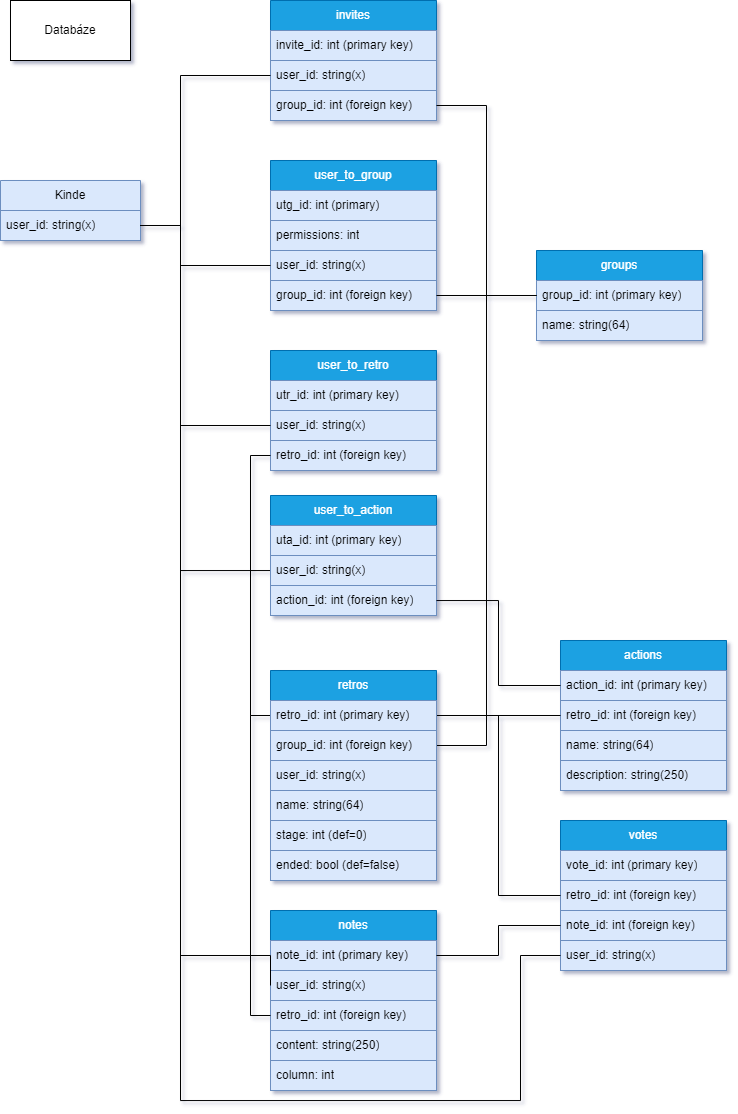
The draw.io diagram backend/app/database/schemes/Praeterium_DB_scheme.png in ProjNull/Praeteritum, before a commit. Source tidied: cells renumbered, new cells last; positions are measured from the earlier drawing's top-left corner, leaving out a move shared by most shapes.
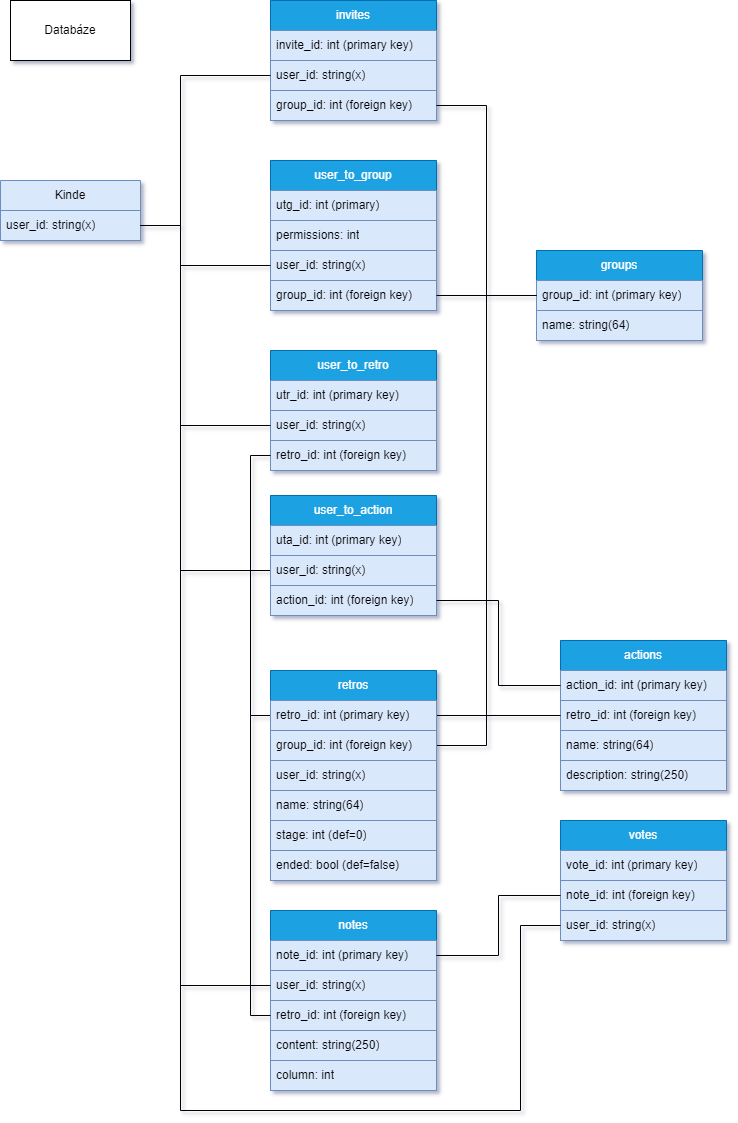
After the change.

What changed in the source:
```diff
@@ -91,7 +91,7 @@
     <mxCell id="29" style="edgeStyle=orthogonalEdgeStyle;rounded=0;jettySize=auto;html=1;entryX=1;entryY=0.75;entryDx=0;entryDy=0;startArrow=none;startFill=0;endArrow=none;endFill=0;exitX=0;exitY=0.5;exitDx=0;exitDy=0;" parent="1" edge="1" source="22" target="27">
       <mxGeometry relative="1" as="geometry">
         <Array as="points">
-          <mxPoint x="180" y="955" />
+          <mxPoint x="180" y="985" />
           <mxPoint x="180" y="225" />
         </Array>
       </mxGeometry>
@@ -120,19 +120,16 @@
       </mxGeometry>
     </mxCell>
     <mxCell id="36" value="votes" style="swimlane;fontStyle=0;horizontal=1;startSize=30;whiteSpace=wrap;html=1;fillColor=#1ba1e2;fontColor=#ffffff;strokeColor=#006EAF;" parent="1" vertex="1">
-      <mxGeometry x="560" y="820" width="166" height="150" as="geometry" />
+      <mxGeometry x="560" y="820" width="166" height="120" as="geometry" />
     </mxCell>
     <mxCell id="37" value="vote_id: int (primary key)" style="text;strokeColor=#6c8ebf;fillColor=#dae8fc;align=left;verticalAlign=middle;spacingLeft=4;spacingRight=4;overflow=hidden;whiteSpace=wrap;html=1;" parent="36" vertex="1">
       <mxGeometry y="30" width="166" height="30" as="geometry" />
     </mxCell>
-    <mxCell id="38" value="retro_id: int (foreign key)" style="text;strokeColor=#6c8ebf;fillColor=#dae8fc;align=left;verticalAlign=middle;spacingLeft=4;spacingRight=4;overflow=hidden;points=[[0,0.5],[1,0.5]];portConstraint=eastwest;whiteSpace=wrap;html=1;" parent="36" vertex="1">
-      <mxGeometry y="60" width="166" height="30" as="geometry" />
-    </mxCell>
     <mxCell id="39" value="note_id: int (foreign&amp;nbsp;key)" style="text;strokeColor=#6c8ebf;fillColor=#dae8fc;align=left;verticalAlign=middle;spacingLeft=4;spacingRight=4;overflow=hidden;points=[[0,0.5],[1,0.5]];portConstraint=eastwest;whiteSpace=wrap;html=1;" parent="36" vertex="1">
-      <mxGeometry y="90" width="166" height="30" as="geometry" />
+      <mxGeometry y="60" width="166" height="30" as="geometry" />
     </mxCell>
     <mxCell id="40" value="user_id: string(x)" style="text;strokeColor=#6c8ebf;fillColor=#dae8fc;align=left;verticalAlign=middle;spacingLeft=4;spacingRight=4;overflow=hidden;points=[[0,0.5],[1,0.5]];portConstraint=eastwest;whiteSpace=wrap;html=1;" parent="36" vertex="1">
-      <mxGeometry y="120" width="166" height="30" as="geometry" />
+      <mxGeometry y="90" width="166" height="30" as="geometry" />
     </mxCell>
     <mxCell id="41" style="edgeStyle=orthogonalEdgeStyle;rounded=0;jettySize=auto;html=1;startArrow=none;startFill=0;endArrow=none;endFill=0;" parent="1" edge="1" source="45" target="28">
       <mxGeometry relative="1" as="geometry">
@@ -142,9 +139,6 @@
         </Array>
       </mxGeometry>
     </mxCell>
-    <mxCell id="42" style="edgeStyle=orthogonalEdgeStyle;rounded=0;jettySize=auto;html=1;startArrow=none;startFill=0;endArrow=none;endFill=0;entryX=1;entryY=0.5;entryDx=0;entryDy=0;exitX=0;exitY=0.5;exitDx=0;exitDy=0;" parent="1" edge="1" source="38" target="50">
-      <mxGeometry relative="1" as="geometry" />
-    </mxCell>
     <mxCell id="43" value="user_to_action" style="swimlane;fontStyle=0;horizontal=1;startSize=30;whiteSpace=wrap;html=1;fillColor=#1ba1e2;fontColor=#ffffff;strokeColor=#006EAF;" parent="1" vertex="1">
       <mxGeometry x="270" y="495" width="166" height="120" as="geometry" />
     </mxCell>
@@ -210,9 +204,9 @@
     <mxCell id="62" style="edgeStyle=orthogonalEdgeStyle;rounded=0;jettySize=auto;html=1;entryX=1;entryY=0.5;entryDx=0;entryDy=0;startArrow=none;startFill=0;endArrow=none;endFill=0;exitX=0;exitY=0.5;exitDx=0;exitDy=0;" parent="1" edge="1" source="40" target="28">
       <mxGeometry relative="1" as="geometry">
         <Array as="points">
-          <mxPoint x="520" y="955" />
-          <mxPoint x="520" y="1100" />
-          <mxPoint x="180" y="1100" />
+          <mxPoint x="520" y="925" />
+          <mxPoint x="520" y="1110" />
+          <mxPoint x="180" y="1110" />
           <mxPoint x="180" y="225" />
         </Array>
       </mxGeometry>
```
